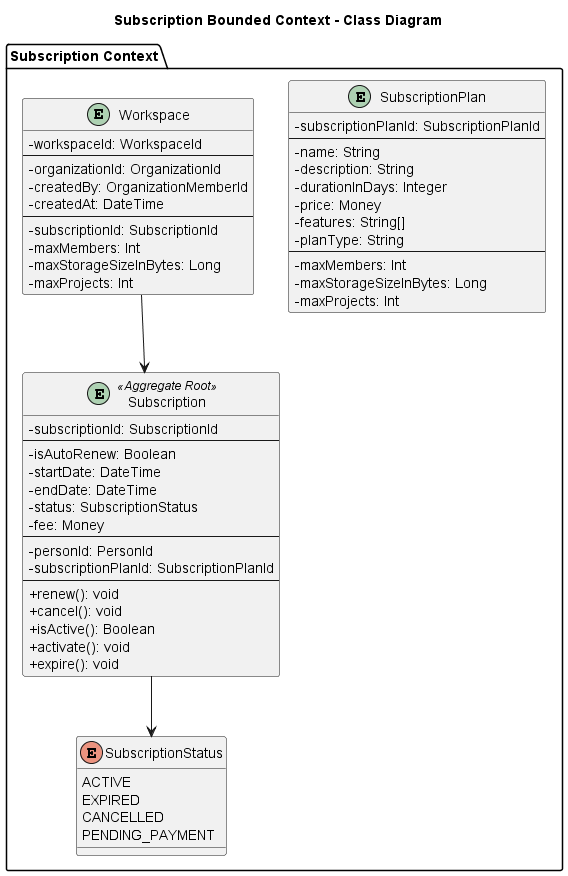
This is img/chapter4/oop/subscriptions.png from GalaxiaWonder-AppsWeb/ProjectReport, a PlantUML export, as it was before one commit.
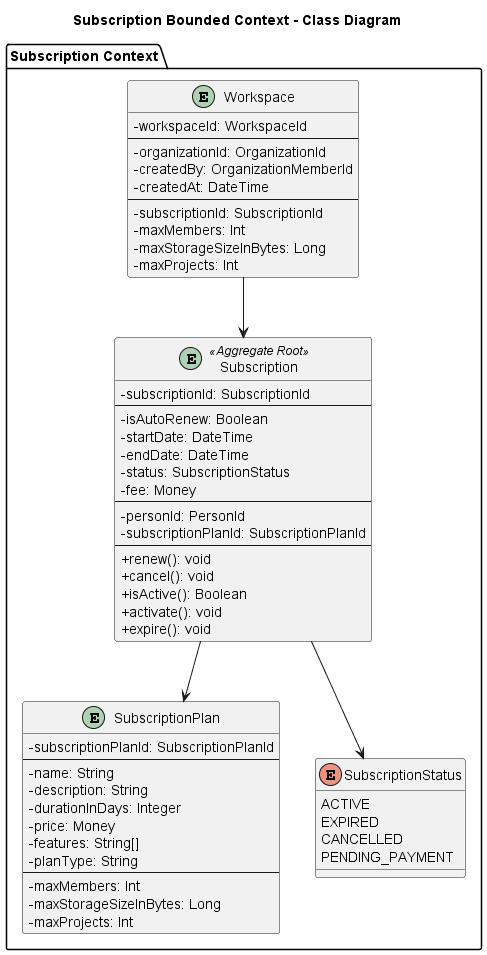
After the commit.

Commit message:
bugfix(software-object-oriented-design): change organization file iam and subscription oop diagrams

Diff of the diagram source:
```diff
@@ -60,6 +60,7 @@
     }
 
     Subscription --> SubscriptionStatus
+    Subscription --> SubscriptionPlan
     Workspace --> Subscription
 }
 @enduml
```
